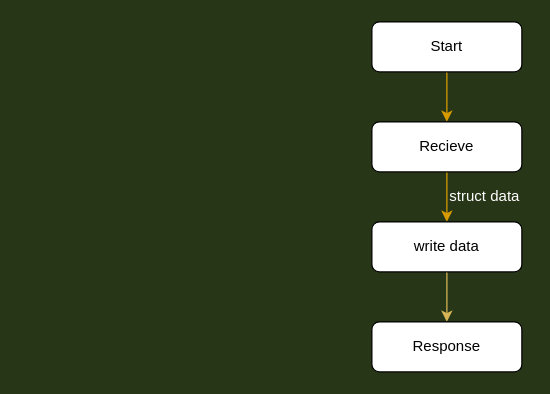
Earlier version of the draw.io diagram Untitled Diagram.drawio (AntiSoundWorld/Server-Curl). Source tidied: cells renumbered, new cells numbered last; positions are measured from the earlier drawing's top-left corner, leaving out a move shared by most shapes. Both pictures are drawn from the tidied source at 125%, with x=0, y=0 at pixel (371, -4).
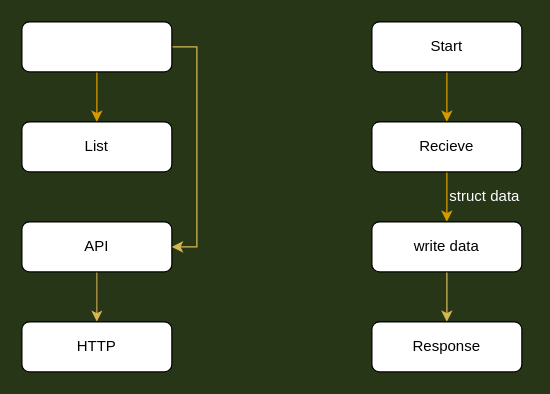
Above is the later version.

Diff of the diagram source:
```diff
@@
+    <mxCell id="11" style="edgeStyle=orthogonalEdgeStyle;rounded=0;jettySize=auto;html=1;" parent="1" edge="1" source="14" target="16">
+      <mxGeometry relative="1" as="geometry" />
+    </mxCell>
+    <mxCell id="12" style="edgeStyle=orthogonalEdgeStyle;rounded=0;jettySize=auto;html=1;" parent="1" edge="1" source="14" target="16">
+      <mxGeometry relative="1" as="geometry" />
+    </mxCell>
+    <mxCell id="13" style="edgeStyle=orthogonalEdgeStyle;rounded=0;jettySize=auto;html=1;entryX=0.5;entryY=0;entryDx=0;entryDy=0;fillColor=#fff2cc;strokeColor=#d6b656;" parent="1" edge="1" source="14" target="16">
+      <mxGeometry relative="1" as="geometry" />
+    </mxCell>
+    <mxCell id="14" value="API" style="rounded=1;whiteSpace=wrap;html=1;" parent="1" vertex="1">
+      <mxGeometry x="-280" y="180" width="120" height="40" as="geometry" />
+    </mxCell>
+    <mxCell id="15" value="List" style="rounded=1;whiteSpace=wrap;html=1;" parent="1" vertex="1">
+      <mxGeometry x="-280" y="100" width="120" height="40" as="geometry" />
+    </mxCell>
+    <mxCell id="16" value="HTTP" style="rounded=1;whiteSpace=wrap;html=1;" parent="1" vertex="1">
+      <mxGeometry x="-280" y="260" width="120" height="40" as="geometry" />
+    </mxCell>
+    <mxCell id="17" style="edgeStyle=orthogonalEdgeStyle;rounded=0;jettySize=auto;html=1;fillColor=#ffe6cc;strokeColor=#d79b00;" parent="1" edge="1" source="19" target="15">
+      <mxGeometry relative="1" as="geometry" />
+    </mxCell>
+    <mxCell id="18" style="edgeStyle=orthogonalEdgeStyle;rounded=0;jettySize=auto;html=1;fillColor=#fff2cc;strokeColor=#d6b656;" parent="1" edge="1" source="19">
+      <mxGeometry relative="1" as="geometry">
+        <mxPoint x="-160" y="200" as="targetPoint" />
+        <Array as="points">
+          <mxPoint x="-140" y="40" />
+          <mxPoint x="-140" y="200" />
+          <mxPoint x="-160" y="200" />
+        </Array>
+      </mxGeometry>
+    </mxCell>
+    <mxCell id="19" style="rounded=1;whiteSpace=wrap;html=1;" parent="1" vertex="1">
+      <mxGeometry x="-280" y="20" width="120" height="40" as="geometry" />
+    </mxCell>
```
